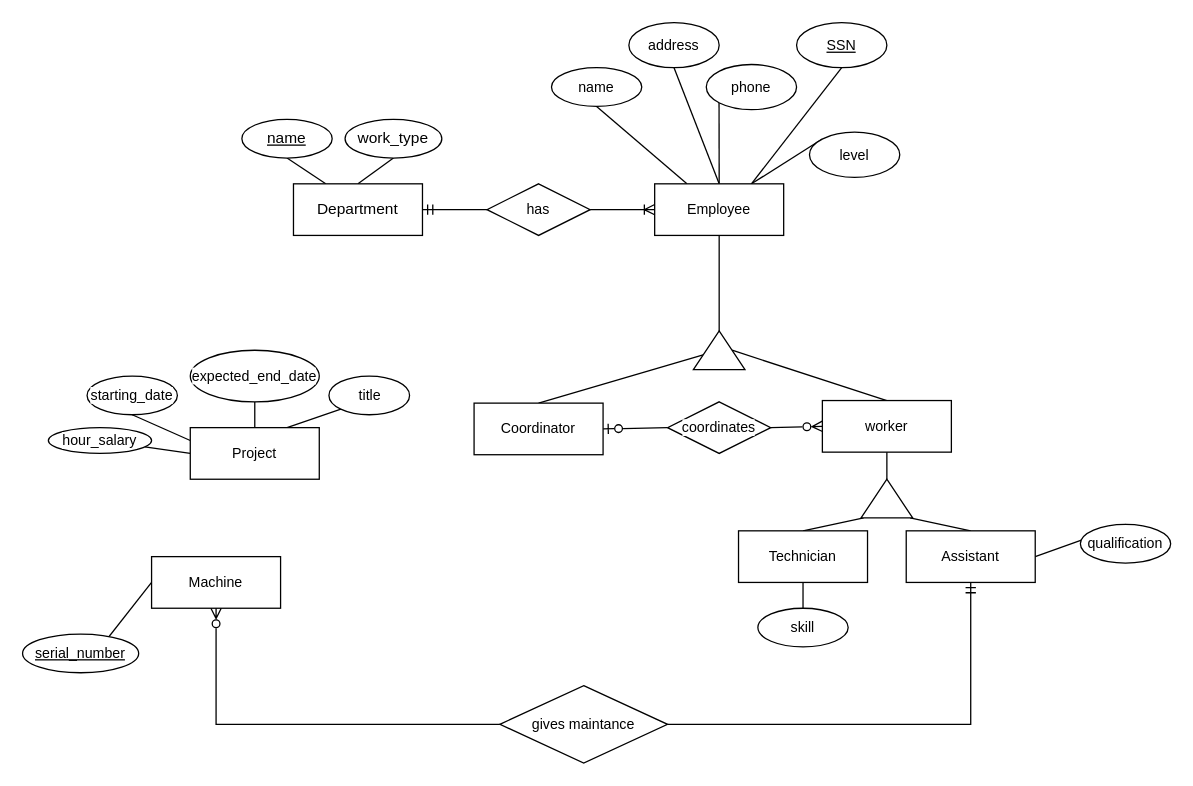
This is ERD/bridge-erd.drawio from tuanrmit/ISYS3414, a draw.io file, before an edit. Source tidied: cells renumbered, new cells numbered last; positions are measured from the earlier drawing's top-left corner, leaving out a move shared by most shapes. Both pictures are drawn from the tidied source at 129%, with x=0, y=0 at pixel (22, 22).
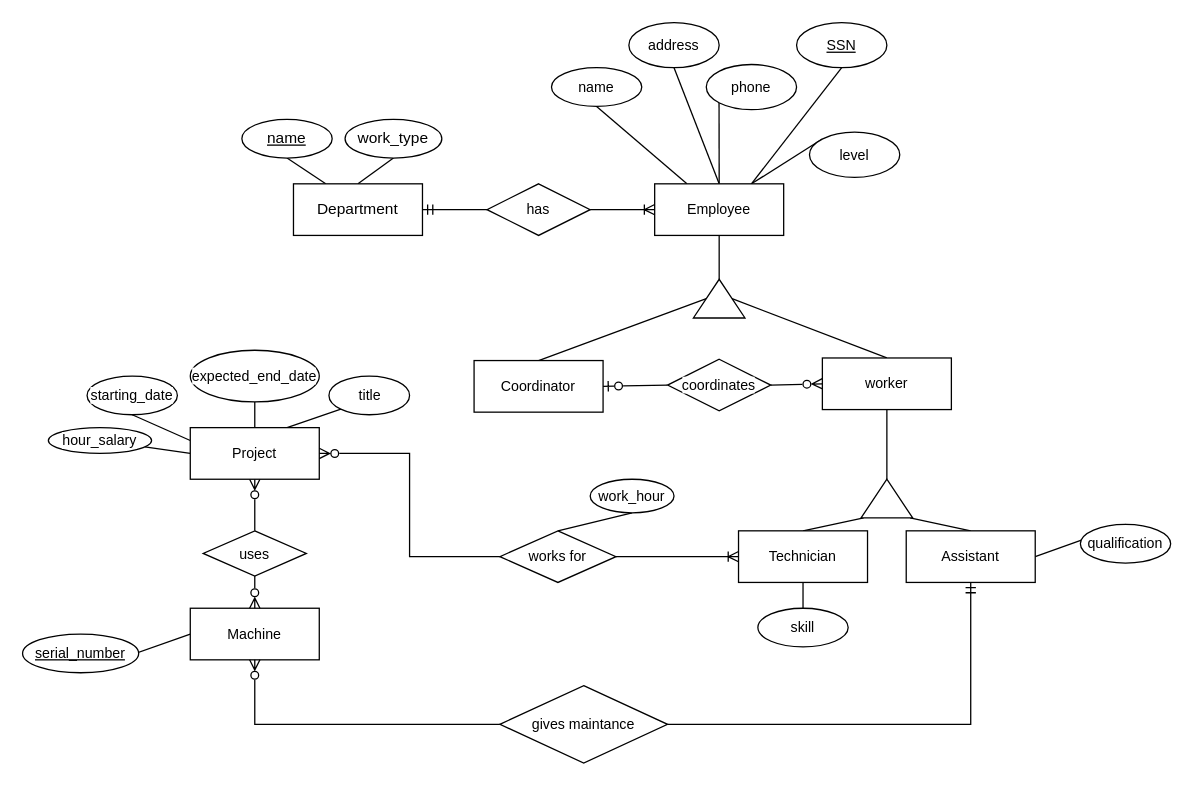
After the change.

The change refers to these unchanged cells:
```xml
<mxCell id="25" value="Technician" style="whiteSpace=wrap;html=1;align=center;fontFamily=Helvetica;fontSize=11;fontColor=default;labelBackgroundColor=default;strokeColor=default;verticalAlign=middle;fillColor=default;" parent="1" vertex="1">
  <mxGeometry x="555" y="394" width="100" height="40" as="geometry" />
</mxCell>
<mxCell id="37" value="Project" style="whiteSpace=wrap;html=1;align=center;fontFamily=Helvetica;fontSize=11;fontColor=default;labelBackgroundColor=default;" parent="1" vertex="1">
  <mxGeometry x="130" y="314" width="100" height="40" as="geometry" />
</mxCell>
```

Change to the diagram source:
```diff
@@
-    <mxCell id="20" style="edgeStyle=none;shape=connector;rounded=0;jettySize=auto;html=1;exitX=0.5;exitY=0;exitDx=0;exitDy=0;strokeColor=default;align=center;verticalAlign=middle;fontFamily=Helvetica;fontSize=11;fontColor=default;labelBackgroundColor=default;endArrow=none;endFill=0;" parent="1" edge="1" source="22" target="31">
+    <mxCell id="20" style="edgeStyle=none;shape=connector;rounded=0;jettySize=auto;html=1;exitX=0.5;exitY=0;exitDx=0;exitDy=0;strokeColor=default;align=center;verticalAlign=middle;fontFamily=Helvetica;fontSize=11;fontColor=default;labelBackgroundColor=default;endArrow=none;endFill=0;entryX=0.5;entryY=0;entryDx=0;entryDy=0;" parent="1" edge="1" source="22" target="31">
       <mxGeometry relative="1" as="geometry" />
     </mxCell>
@@
     <mxCell id="22" value="Coordinator" style="whiteSpace=wrap;html=1;align=center;fontFamily=Helvetica;fontSize=11;fontColor=default;labelBackgroundColor=default;" parent="1" vertex="1">
-      <mxGeometry x="350" y="295" width="100" height="40" as="geometry" />
+      <mxGeometry x="350" y="262" width="100" height="40" as="geometry" />
     </mxCell>
@@
+    <mxCell id="55" style="edgeStyle=none;shape=connector;rounded=0;jettySize=auto;html=1;exitX=0;exitY=0.5;exitDx=0;exitDy=0;entryX=1;entryY=0.5;entryDx=0;entryDy=0;strokeColor=default;align=center;verticalAlign=middle;fontFamily=Helvetica;fontSize=11;fontColor=default;labelBackgroundColor=default;endArrow=none;endFill=0;startArrow=ERoneToMany;startFill=0;" parent="1" edge="1" source="25" target="61">
+      <mxGeometry relative="1" as="geometry" />
+    </mxCell>
@@
     <mxCell id="31" style="triangle;whiteSpace=wrap;html=1;fontFamily=Helvetica;fontSize=11;fontColor=default;labelBackgroundColor=default;rotation=-90;" parent="1" vertex="1">
-      <mxGeometry x="525" y="234" width="30" height="40" as="geometry" />
+      <mxGeometry x="525" y="194" width="30" height="40" as="geometry" />
     </mxCell>
@@
+    <mxCell id="56" style="edgeStyle=none;shape=connector;rounded=0;jettySize=auto;html=1;exitX=0.5;exitY=1;exitDx=0;exitDy=0;entryX=0.5;entryY=0;entryDx=0;entryDy=0;strokeColor=default;align=center;verticalAlign=middle;fontFamily=Helvetica;fontSize=11;fontColor=default;labelBackgroundColor=default;endArrow=none;endFill=0;startArrow=ERzeroToMany;startFill=0;" parent="1" edge="1" source="37" target="58">
+      <mxGeometry relative="1" as="geometry" />
+    </mxCell>
@@
     <mxCell id="39" value="Machine" style="whiteSpace=wrap;html=1;align=center;fontFamily=Helvetica;fontSize=11;fontColor=default;labelBackgroundColor=default;" parent="1" vertex="1">
-      <mxGeometry x="100" y="414" width="100" height="40" as="geometry" />
+      <mxGeometry x="130" y="454" width="100" height="40" as="geometry" />
     </mxCell>
@@
-    <mxCell id="46" style="edgeStyle=none;shape=connector;rounded=0;jettySize=auto;html=1;exitX=0.5;exitY=0;exitDx=0;exitDy=0;entryX=0.5;entryY=1;entryDx=0;entryDy=0;strokeColor=default;align=center;verticalAlign=middle;fontFamily=Helvetica;fontSize=11;fontColor=default;labelBackgroundColor=default;endArrow=none;endFill=0;" parent="1" edge="1" source="47" target="31">
+    <mxCell id="46" style="shape=connector;rounded=0;jettySize=auto;html=1;entryX=0.5;entryY=1;entryDx=0;entryDy=0;strokeColor=default;align=center;verticalAlign=middle;fontFamily=Helvetica;fontSize=11;fontColor=default;labelBackgroundColor=default;endArrow=none;endFill=0;exitX=0.5;exitY=0;exitDx=0;exitDy=0;" parent="1" edge="1" source="47" target="31">
       <mxGeometry relative="1" as="geometry" />
     </mxCell>
     <mxCell id="47" value="worker" style="whiteSpace=wrap;html=1;align=center;fontFamily=Helvetica;fontSize=11;fontColor=default;labelBackgroundColor=default;strokeColor=default;verticalAlign=middle;fillColor=default;" parent="1" vertex="1">
-      <mxGeometry x="620" y="293" width="100" height="40" as="geometry" />
+      <mxGeometry x="620" y="260" width="100" height="40" as="geometry" />
     </mxCell>
@@
     <mxCell id="51" value="coordinates" style="shape=rhombus;perimeter=rhombusPerimeter;whiteSpace=wrap;html=1;align=center;fontFamily=Helvetica;fontSize=11;fontColor=default;labelBackgroundColor=default;" parent="1" vertex="1">
-      <mxGeometry x="500" y="294" width="80" height="40" as="geometry" />
+      <mxGeometry x="500" y="261" width="80" height="40" as="geometry" />
     </mxCell>
@@
+    <mxCell id="57" style="edgeStyle=none;shape=connector;rounded=0;jettySize=auto;html=1;exitX=0.5;exitY=1;exitDx=0;exitDy=0;entryX=0.5;entryY=0;entryDx=0;entryDy=0;strokeColor=default;align=center;verticalAlign=middle;fontFamily=Helvetica;fontSize=11;fontColor=default;labelBackgroundColor=default;endArrow=ERzeroToMany;endFill=0;" parent="1" edge="1" source="58" target="39">
+      <mxGeometry relative="1" as="geometry" />
+    </mxCell>
+    <mxCell id="58" value="uses" style="shape=rhombus;perimeter=rhombusPerimeter;whiteSpace=wrap;html=1;align=center;fontFamily=Helvetica;fontSize=11;fontColor=default;labelBackgroundColor=default;" parent="1" vertex="1">
+      <mxGeometry x="140" y="394" width="80" height="35" as="geometry" />
+    </mxCell>
+    <mxCell id="59" style="edgeStyle=orthogonalEdgeStyle;shape=connector;rounded=0;jettySize=auto;html=1;exitX=0;exitY=0.5;exitDx=0;exitDy=0;entryX=1;entryY=0.5;entryDx=0;entryDy=0;strokeColor=default;align=center;verticalAlign=middle;fontFamily=Helvetica;fontSize=11;fontColor=default;labelBackgroundColor=default;endArrow=ERzeroToMany;endFill=0;" parent="1" edge="1" source="61" target="37">
+      <mxGeometry relative="1" as="geometry" />
+    </mxCell>
+    <mxCell id="60" style="edgeStyle=none;shape=connector;rounded=0;jettySize=auto;html=1;exitX=0.5;exitY=0;exitDx=0;exitDy=0;entryX=0.5;entryY=1;entryDx=0;entryDy=0;strokeColor=default;align=center;verticalAlign=middle;fontFamily=Helvetica;fontSize=11;fontColor=default;labelBackgroundColor=default;endArrow=none;endFill=0;" parent="1" edge="1" source="61" target="62">
+      <mxGeometry relative="1" as="geometry" />
+    </mxCell>
+    <mxCell id="61" value="works for" style="shape=rhombus;perimeter=rhombusPerimeter;whiteSpace=wrap;html=1;align=center;fontFamily=Helvetica;fontSize=11;fontColor=default;labelBackgroundColor=default;" parent="1" vertex="1">
+      <mxGeometry x="370" y="394" width="90" height="40" as="geometry" />
+    </mxCell>
+    <mxCell id="62" value="work_hour" style="ellipse;whiteSpace=wrap;html=1;align=center;fontFamily=Helvetica;fontSize=11;fontColor=default;labelBackgroundColor=default;" parent="1" vertex="1">
+      <mxGeometry x="440" y="354" width="65" height="26" as="geometry" />
+    </mxCell>
```
